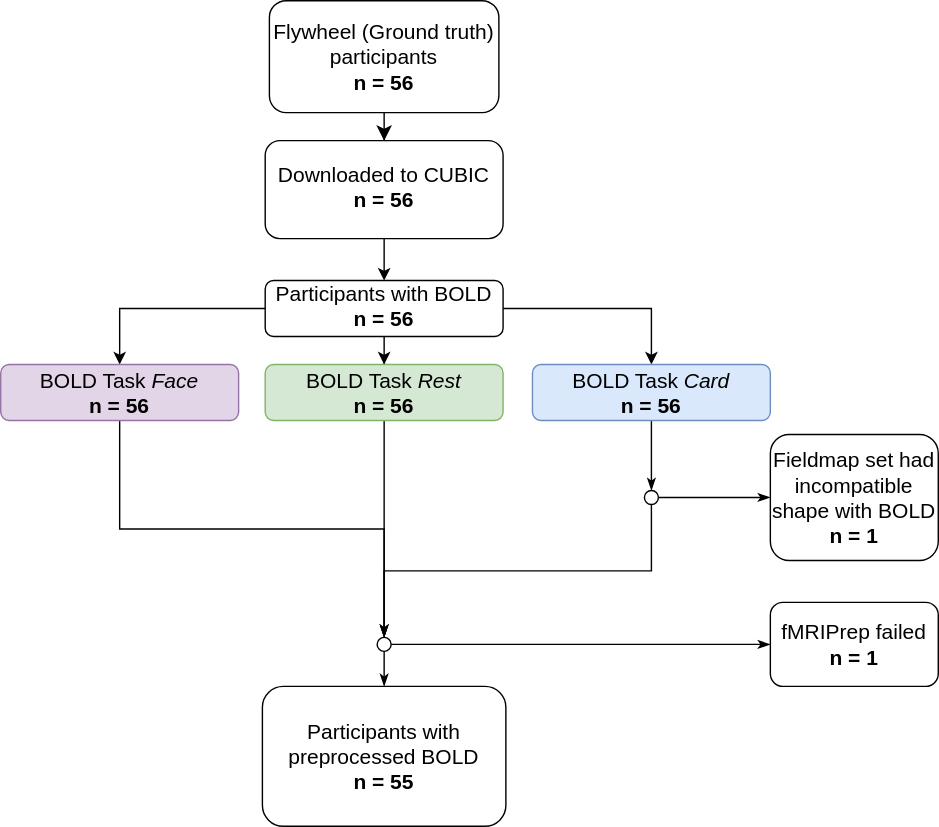
The draw.io diagram projects/fndm1/DataProcessingFlow_fndm1.drawio.svg in PennLINC/Reward, before a commit. Source tidied: cells renumbered, new cells last; positions are measured from the earlier drawing's top-left corner, leaving out a move shared by most shapes. The source it was exported from:
```xml
<mxGraphModel>
  <root>
    <mxCell id="0" />
    <mxCell id="1" parent="0" />
    <mxCell id="2" style="rounded=0;html=1;jettySize=auto;fontSize=15;endArrow=classic;endFill=1;endSize=8;strokeWidth=1;shadow=0;labelBackgroundColor=none;edgeStyle=orthogonalEdgeStyle;" parent="1" edge="1" source="3" target="5">
      <mxGeometry relative="1" as="geometry" />
    </mxCell>
    <mxCell id="3" value="Flywheel (Ground truth) participants&lt;br style=&quot;font-size: 15px;&quot;&gt;&lt;b style=&quot;font-size: 15px;&quot;&gt;n&amp;nbsp;= 56&lt;/b&gt;" style="rounded=1;whiteSpace=wrap;html=1;fontSize=15;glass=0;strokeWidth=1;shadow=0;" parent="1" vertex="1">
      <mxGeometry x="192" width="164" height="80" as="geometry" />
    </mxCell>
    <mxCell id="4" style="edgeStyle=orthogonalEdgeStyle;rounded=0;jettySize=auto;html=1;fontSize=15;exitX=0.5;exitY=1;exitDx=0;exitDy=0;" parent="1" edge="1" source="5" target="9">
      <mxGeometry relative="1" as="geometry" />
    </mxCell>
    <mxCell id="5" value="Downloaded to CUBIC&lt;br style=&quot;font-size: 15px;&quot;&gt;&lt;b style=&quot;font-size: 15px;&quot;&gt;n&amp;nbsp;= 56&lt;/b&gt;" style="whiteSpace=wrap;html=1;shadow=0;fontFamily=Helvetica;fontSize=15;align=center;strokeWidth=1;spacing=6;spacingTop=-4;rounded=1;" parent="1" vertex="1">
      <mxGeometry x="189" y="100" width="170" height="70" as="geometry" />
    </mxCell>
    <mxCell id="6" style="edgeStyle=orthogonalEdgeStyle;rounded=0;jettySize=auto;html=1;fontSize=15;" parent="1" edge="1" source="9" target="11">
      <mxGeometry relative="1" as="geometry" />
    </mxCell>
    <mxCell id="7" style="edgeStyle=orthogonalEdgeStyle;rounded=0;jettySize=auto;html=1;endArrow=classic;endFill=1;entryX=0.5;entryY=0;entryDx=0;entryDy=0;fontSize=15;" parent="1" edge="1" source="9" target="14">
      <mxGeometry relative="1" as="geometry" />
    </mxCell>
    <mxCell id="8" style="edgeStyle=orthogonalEdgeStyle;rounded=0;jettySize=auto;html=1;exitX=1;exitY=0.5;exitDx=0;exitDy=0;entryX=0.5;entryY=0;entryDx=0;entryDy=0;endArrow=classic;endFill=1;fontSize=15;" parent="1" edge="1" source="9" target="16">
      <mxGeometry relative="1" as="geometry" />
    </mxCell>
    <mxCell id="9" value="Participants with BOLD&lt;br style=&quot;font-size: 15px;&quot;&gt;&lt;b style=&quot;font-size: 15px;&quot;&gt;n&amp;nbsp;= 56&lt;/b&gt;" style="rounded=1;whiteSpace=wrap;html=1;shadow=0;strokeWidth=1;spacing=6;spacingTop=-4;fontSize=15;" parent="1" vertex="1">
      <mxGeometry x="189" y="200" width="170" height="40" as="geometry" />
    </mxCell>
    <mxCell id="10" style="edgeStyle=orthogonalEdgeStyle;rounded=0;jettySize=auto;html=1;exitX=0.5;exitY=1;exitDx=0;exitDy=0;entryX=0.5;entryY=0;entryDx=0;entryDy=0;fontSize=15;startArrow=none;startFill=0;endArrow=classicThin;endFill=1;" parent="1" edge="1" source="11" target="19">
      <mxGeometry relative="1" as="geometry" />
    </mxCell>
    <mxCell id="11" value="BOLD Task &lt;i style=&quot;font-size: 15px;&quot;&gt;Face&lt;/i&gt;&lt;br style=&quot;font-size: 15px;&quot;&gt;&lt;b style=&quot;font-size: 15px;&quot;&gt;n&amp;nbsp;= 56&lt;/b&gt;" style="whiteSpace=wrap;html=1;shadow=0;strokeWidth=1;fontSize=15;rounded=1;glass=0;fillColor=#e1d5e7;strokeColor=#9673a6;" parent="1" vertex="1">
      <mxGeometry y="260" width="170" height="40" as="geometry" />
    </mxCell>
    <mxCell id="12" value="Fieldmap set had incompatible shape with BOLD&lt;br style=&quot;font-size: 15px;&quot;&gt;&lt;b style=&quot;font-size: 15px;&quot;&gt;n&amp;nbsp;= 1&lt;/b&gt;" style="rounded=1;whiteSpace=wrap;html=1;fontSize=15;" parent="1" vertex="1">
      <mxGeometry x="550" y="310" width="120" height="90" as="geometry" />
    </mxCell>
    <mxCell id="13" style="edgeStyle=orthogonalEdgeStyle;rounded=0;jettySize=auto;html=1;exitX=0.5;exitY=1;exitDx=0;exitDy=0;entryX=0.5;entryY=0;entryDx=0;entryDy=0;fontSize=15;startArrow=none;startFill=0;endArrow=classicThin;endFill=1;" parent="1" edge="1" source="14" target="19">
      <mxGeometry relative="1" as="geometry" />
    </mxCell>
    <mxCell id="14" value="BOLD Task &lt;i style=&quot;font-size: 15px;&quot;&gt;Rest&lt;/i&gt;&lt;br style=&quot;font-size: 15px;&quot;&gt;&lt;b style=&quot;font-size: 15px;&quot;&gt;n = 56&lt;/b&gt;" style="whiteSpace=wrap;html=1;shadow=0;strokeWidth=1;fontSize=15;rounded=1;glass=0;fillColor=#d5e8d4;strokeColor=#82b366;" parent="1" vertex="1">
      <mxGeometry x="189" y="260" width="170" height="40" as="geometry" />
    </mxCell>
    <mxCell id="15" style="edgeStyle=orthogonalEdgeStyle;rounded=0;jettySize=auto;html=1;exitX=0.5;exitY=1;exitDx=0;exitDy=0;entryX=0.5;entryY=0;entryDx=0;entryDy=0;fontSize=15;startArrow=none;startFill=0;endArrow=classicThin;endFill=1;" parent="1" edge="1" source="16" target="24">
      <mxGeometry relative="1" as="geometry" />
    </mxCell>
    <mxCell id="16" value="BOLD Task &lt;i style=&quot;font-size: 15px;&quot;&gt;Card&lt;/i&gt;&lt;br style=&quot;font-size: 15px;&quot;&gt;&lt;b style=&quot;font-size: 15px;&quot;&gt;n = 56&lt;/b&gt;" style="whiteSpace=wrap;html=1;shadow=0;strokeWidth=1;fontSize=15;rounded=1;glass=0;fillColor=#dae8fc;strokeColor=#6c8ebf;" parent="1" vertex="1">
      <mxGeometry x="380" y="260" width="170" height="40" as="geometry" />
    </mxCell>
    <mxCell id="17" style="edgeStyle=orthogonalEdgeStyle;rounded=0;jettySize=auto;html=1;exitX=1;exitY=0.5;exitDx=0;exitDy=0;startArrow=none;startFill=0;endArrow=classicThin;endFill=1;entryX=0;entryY=0.5;entryDx=0;entryDy=0;fontSize=15;" parent="1" edge="1" source="19" target="20">
      <mxGeometry relative="1" as="geometry" />
    </mxCell>
    <mxCell id="18" style="edgeStyle=orthogonalEdgeStyle;rounded=0;jettySize=auto;html=1;startArrow=none;startFill=0;endArrow=classicThin;endFill=1;fontSize=15;" parent="1" edge="1" source="19" target="21">
      <mxGeometry relative="1" as="geometry" />
    </mxCell>
    <mxCell id="19" style="ellipse;whiteSpace=wrap;html=1;rounded=1;fontSize=15;" parent="1" vertex="1">
      <mxGeometry x="269" y="455" width="10" height="10" as="geometry" />
    </mxCell>
    <mxCell id="20" value="fMRIPrep failed&lt;br style=&quot;font-size: 15px;&quot;&gt;&lt;b style=&quot;font-size: 15px;&quot;&gt;n = 1&lt;/b&gt;" style="rounded=1;whiteSpace=wrap;html=1;fontSize=15;" parent="1" vertex="1">
      <mxGeometry x="550" y="430" width="120" height="60" as="geometry" />
    </mxCell>
    <mxCell id="21" value="Participants with preprocessed BOLD&lt;br style=&quot;font-size: 15px;&quot;&gt;&lt;b style=&quot;font-size: 15px;&quot;&gt;n = 55&lt;/b&gt;" style="whiteSpace=wrap;html=1;rounded=1;fontSize=15;" parent="1" vertex="1">
      <mxGeometry x="187" y="490" width="174" height="100" as="geometry" />
    </mxCell>
    <mxCell id="22" style="edgeStyle=orthogonalEdgeStyle;rounded=0;jettySize=auto;html=1;exitX=1;exitY=0.5;exitDx=0;exitDy=0;entryX=0;entryY=0.5;entryDx=0;entryDy=0;fontSize=15;startArrow=none;startFill=0;endArrow=classicThin;endFill=1;" parent="1" edge="1" source="24" target="12">
      <mxGeometry relative="1" as="geometry" />
    </mxCell>
    <mxCell id="23" style="edgeStyle=orthogonalEdgeStyle;rounded=0;jettySize=auto;html=1;exitX=0.5;exitY=1;exitDx=0;exitDy=0;entryX=0.5;entryY=0;entryDx=0;entryDy=0;fontSize=15;startArrow=none;startFill=0;endArrow=classicThin;endFill=1;" parent="1" edge="1" source="24" target="19">
      <mxGeometry relative="1" as="geometry" />
    </mxCell>
    <mxCell id="24" style="ellipse;whiteSpace=wrap;html=1;rounded=1;fontSize=15;" parent="1" vertex="1">
      <mxGeometry x="460" y="350" width="10" height="10" as="geometry" />
    </mxCell>
  </root>
</mxGraphModel>
```
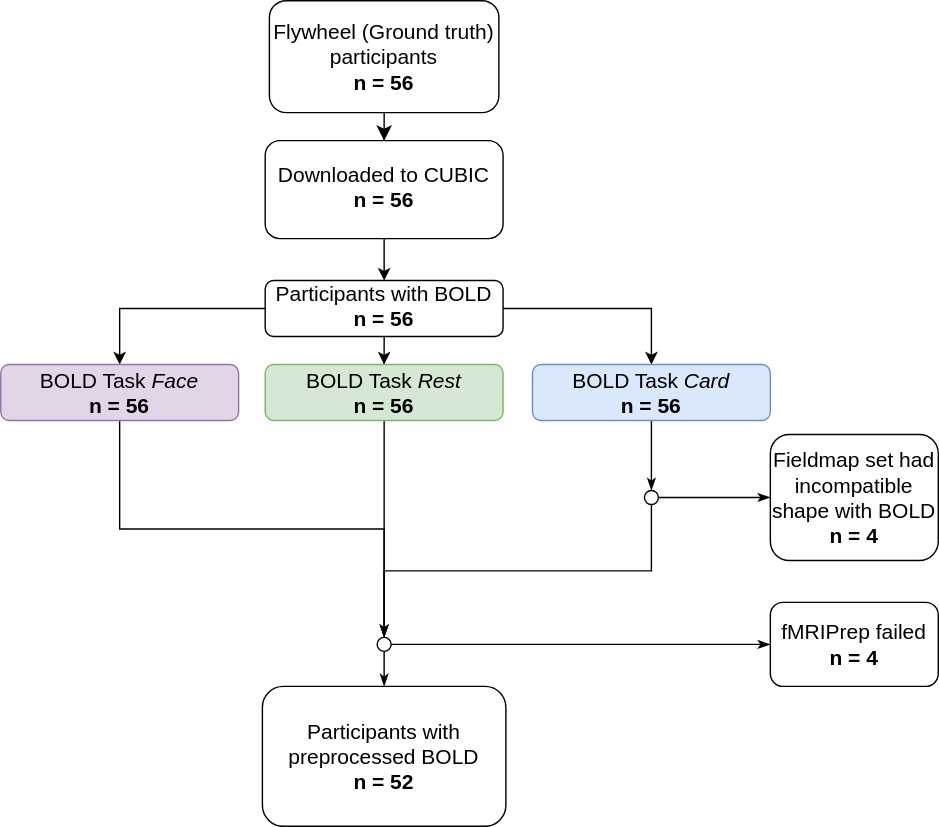
The same diagram one commit later.

Diff of the diagram source:
```diff
@@ -32,7 +32,7 @@
     <mxCell id="11" value="BOLD Task &lt;i style=&quot;font-size: 15px;&quot;&gt;Face&lt;/i&gt;&lt;br style=&quot;font-size: 15px;&quot;&gt;&lt;b style=&quot;font-size: 15px;&quot;&gt;n&amp;nbsp;= 56&lt;/b&gt;" style="whiteSpace=wrap;html=1;shadow=0;strokeWidth=1;fontSize=15;rounded=1;glass=0;fillColor=#e1d5e7;strokeColor=#9673a6;" parent="1" vertex="1">
       <mxGeometry y="260" width="170" height="40" as="geometry" />
     </mxCell>
-    <mxCell id="12" value="Fieldmap set had incompatible shape with BOLD&lt;br style=&quot;font-size: 15px;&quot;&gt;&lt;b style=&quot;font-size: 15px;&quot;&gt;n&amp;nbsp;= 1&lt;/b&gt;" style="rounded=1;whiteSpace=wrap;html=1;fontSize=15;" parent="1" vertex="1">
+    <mxCell id="12" value="Fieldmap set had incompatible shape with BOLD&lt;br style=&quot;font-size: 15px&quot;&gt;&lt;b style=&quot;font-size: 15px&quot;&gt;n&amp;nbsp;= 4&lt;/b&gt;" style="rounded=1;whiteSpace=wrap;html=1;fontSize=15;" parent="1" vertex="1">
       <mxGeometry x="550" y="310" width="120" height="90" as="geometry" />
     </mxCell>
     <mxCell id="13" style="edgeStyle=orthogonalEdgeStyle;rounded=0;jettySize=auto;html=1;exitX=0.5;exitY=1;exitDx=0;exitDy=0;entryX=0.5;entryY=0;entryDx=0;entryDy=0;fontSize=15;startArrow=none;startFill=0;endArrow=classicThin;endFill=1;" parent="1" edge="1" source="14" target="19">
@@ -56,10 +56,10 @@
     <mxCell id="19" style="ellipse;whiteSpace=wrap;html=1;rounded=1;fontSize=15;" parent="1" vertex="1">
       <mxGeometry x="269" y="455" width="10" height="10" as="geometry" />
     </mxCell>
-    <mxCell id="20" value="fMRIPrep failed&lt;br style=&quot;font-size: 15px;&quot;&gt;&lt;b style=&quot;font-size: 15px;&quot;&gt;n = 1&lt;/b&gt;" style="rounded=1;whiteSpace=wrap;html=1;fontSize=15;" parent="1" vertex="1">
+    <mxCell id="20" value="fMRIPrep failed&lt;br style=&quot;font-size: 15px&quot;&gt;&lt;b style=&quot;font-size: 15px&quot;&gt;n = 4&lt;/b&gt;" style="rounded=1;whiteSpace=wrap;html=1;fontSize=15;" parent="1" vertex="1">
       <mxGeometry x="550" y="430" width="120" height="60" as="geometry" />
     </mxCell>
-    <mxCell id="21" value="Participants with preprocessed BOLD&lt;br style=&quot;font-size: 15px;&quot;&gt;&lt;b style=&quot;font-size: 15px;&quot;&gt;n = 55&lt;/b&gt;" style="whiteSpace=wrap;html=1;rounded=1;fontSize=15;" parent="1" vertex="1">
+    <mxCell id="21" value="Participants with preprocessed BOLD&lt;br style=&quot;font-size: 15px&quot;&gt;&lt;b style=&quot;font-size: 15px&quot;&gt;n = 52&lt;/b&gt;" style="whiteSpace=wrap;html=1;rounded=1;fontSize=15;" parent="1" vertex="1">
       <mxGeometry x="187" y="490" width="174" height="100" as="geometry" />
     </mxCell>
     <mxCell id="22" style="edgeStyle=orthogonalEdgeStyle;rounded=0;jettySize=auto;html=1;exitX=1;exitY=0.5;exitDx=0;exitDy=0;entryX=0;entryY=0.5;entryDx=0;entryDy=0;fontSize=15;startArrow=none;startFill=0;endArrow=classicThin;endFill=1;" parent="1" edge="1" source="24" target="12">
```
